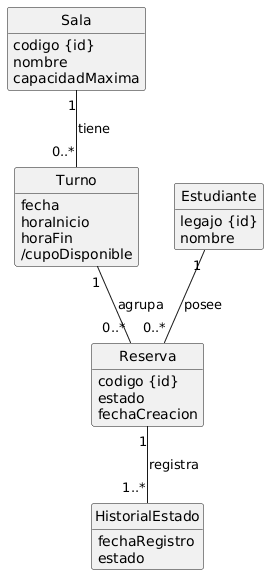
Above: docs/requisitos/modelo-dominio.png in Agusb04/StackReserve (PlantUML), before the change.
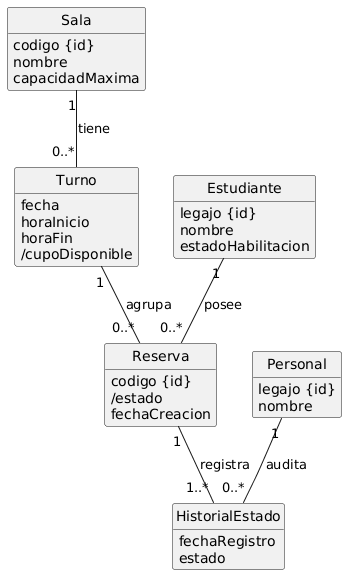
The same diagram one commit later.

What changed in the source:
```diff
@@ -19,11 +19,17 @@
 class Estudiante {
   legajo {id}
   nombre
+  estadoHabilitacion
+}
+
+class Personal {
+  legajo {id}
+  nombre
 }
 
 class Reserva {
   codigo {id}
-  estado
+  /estado
   fechaCreacion
 }
 
@@ -36,4 +42,5 @@
 Turno "1" -- "0..*" Reserva : agrupa
 Estudiante "1" -- "0..*" Reserva : posee
 Reserva "1" -- "1..*" HistorialEstado : registra
+Personal "1" -- "0..*" HistorialEstado : audita
 @enduml
```
